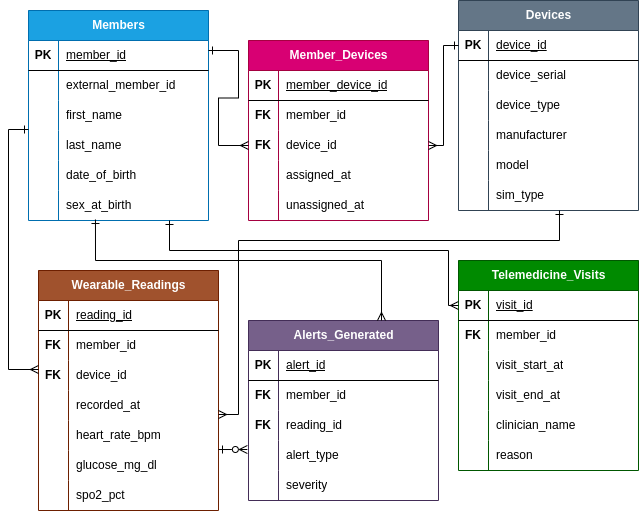
Before: docs/er_diagram.png, a diagram exported from draw.io (ramon-gonzalez-data/wearable-health-analytics-risk-prediction). Source tidied: cells renumbered, new cells last; positions are measured from the earlier drawing's top-left corner, leaving out a move shared by most shapes.
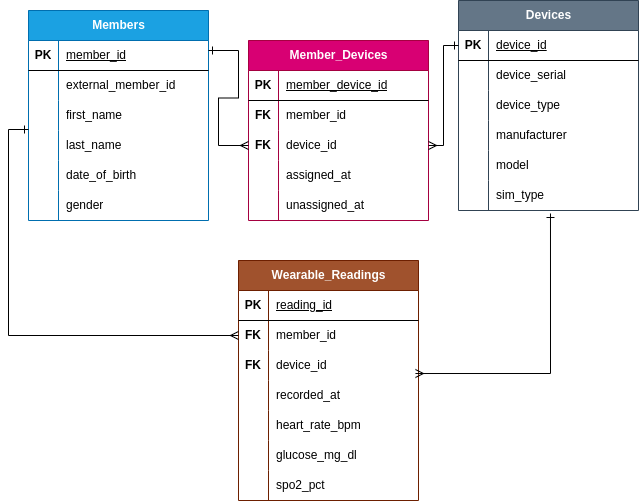
The same diagram one commit later.

Commit message:
refactor: remove unused healthcare tables

Change to the diagram source:
```diff
@@ -108,7 +108,7 @@
       <mxGeometry x="30" width="150" height="30" as="geometry" />
     </mxCell>
     <mxCell id="37" value="Wearable_Readings" style="shape=table;startSize=30;rowLines=0;fontStyle=1;align=center;html=1;fillColor=#a0522d;strokeColor=#6D1F00;fontColor=#ffffff;" parent="1" vertex="1">
-      <mxGeometry x="30" y="270" width="180" height="240" as="geometry" />
+      <mxGeometry x="230" y="260" width="180" height="240" as="geometry" />
     </mxCell>
     <mxCell id="38" style="shape=tableRow;horizontal=0;startSize=0;swimlaneHead=0;swimlaneBody=0;fillColor=none;top=0;left=0;right=0;bottom=1;" parent="37" vertex="1">
       <mxGeometry y="30" width="180" height="30" as="geometry" />
@@ -173,111 +173,6 @@
     <mxCell id="58" value="spo2_pct" style="shape=partialRectangle;fillColor=none;top=0;left=0;bottom=0;right=0;align=left;spacingLeft=6;overflow=hidden;whiteSpace=wrap;html=1;" parent="56" vertex="1">
       <mxGeometry x="30" width="150" height="30" as="geometry" />
     </mxCell>
-    <mxCell id="59" value="Alerts_Generated" style="shape=table;startSize=30;rowLines=0;fontStyle=1;align=center;html=1;fillColor=#76608a;strokeColor=#432D57;fontColor=#ffffff;" parent="1" vertex="1">
-      <mxGeometry x="240" y="320" width="190" height="180" as="geometry" />
-    </mxCell>
-    <mxCell id="60" style="shape=tableRow;horizontal=0;startSize=0;swimlaneHead=0;swimlaneBody=0;fillColor=none;top=0;left=0;right=0;bottom=1;" parent="59" vertex="1">
-      <mxGeometry y="30" width="190" height="30" as="geometry" />
-    </mxCell>
-    <mxCell id="61" value="PK" style="shape=partialRectangle;fillColor=none;top=0;left=0;bottom=0;right=0;fontStyle=1;overflow=hidden;whiteSpace=wrap;html=1;" parent="60" vertex="1">
-      <mxGeometry width="30" height="30" as="geometry" />
-    </mxCell>
-    <mxCell id="62" value="&lt;span style=&quot;font-weight: normal;&quot;&gt;alert_id&lt;/span&gt;" style="shape=partialRectangle;fillColor=none;top=0;left=0;bottom=0;right=0;align=left;spacingLeft=6;fontStyle=5;overflow=hidden;whiteSpace=wrap;html=1;" parent="60" vertex="1">
-      <mxGeometry x="30" width="160" height="30" as="geometry" />
-    </mxCell>
-    <mxCell id="63" style="shape=tableRow;horizontal=0;startSize=0;swimlaneHead=0;swimlaneBody=0;fillColor=none;top=0;left=0;right=0;bottom=0;" parent="59" vertex="1">
-      <mxGeometry y="60" width="190" height="30" as="geometry" />
-    </mxCell>
-    <mxCell id="64" value="&lt;b&gt;FK&lt;/b&gt;" style="shape=partialRectangle;fillColor=none;top=0;left=0;bottom=0;right=0;overflow=hidden;whiteSpace=wrap;html=1;" parent="63" vertex="1">
-      <mxGeometry width="30" height="30" as="geometry" />
-    </mxCell>
-    <mxCell id="65" value="member_id" style="shape=partialRectangle;fillColor=none;top=0;left=0;bottom=0;right=0;align=left;spacingLeft=6;overflow=hidden;whiteSpace=wrap;html=1;" parent="63" vertex="1">
-      <mxGeometry x="30" width="160" height="30" as="geometry" />
-    </mxCell>
-    <mxCell id="66" style="shape=tableRow;horizontal=0;startSize=0;swimlaneHead=0;swimlaneBody=0;fillColor=none;top=0;left=0;right=0;bottom=0;" parent="59" vertex="1">
-      <mxGeometry y="90" width="190" height="30" as="geometry" />
-    </mxCell>
-    <mxCell id="67" value="&lt;b&gt;FK&lt;/b&gt;" style="shape=partialRectangle;fillColor=none;top=0;left=0;bottom=0;right=0;overflow=hidden;whiteSpace=wrap;html=1;" parent="66" vertex="1">
-      <mxGeometry width="30" height="30" as="geometry" />
-    </mxCell>
-    <mxCell id="68" value="reading_id" style="shape=partialRectangle;fillColor=none;top=0;left=0;bottom=0;right=0;align=left;spacingLeft=6;overflow=hidden;whiteSpace=wrap;html=1;" parent="66" vertex="1">
-      <mxGeometry x="30" width="160" height="30" as="geometry" />
-    </mxCell>
-    <mxCell id="69" style="shape=tableRow;horizontal=0;startSize=0;swimlaneHead=0;swimlaneBody=0;fillColor=none;points=[[0,0.5],[1,0.5]];portConstraint=eastwest;top=0;left=0;right=0;bottom=0;" parent="59" vertex="1">
-      <mxGeometry y="120" width="190" height="30" as="geometry" />
-    </mxCell>
-    <mxCell id="70" value="&lt;div&gt;&lt;br/&gt;&lt;/div&gt;" style="shape=partialRectangle;fillColor=none;top=0;left=0;bottom=0;right=0;overflow=hidden;whiteSpace=wrap;html=1;" parent="69" vertex="1">
-      <mxGeometry width="30" height="30" as="geometry" />
-    </mxCell>
-    <mxCell id="71" value="alert_type" style="shape=partialRectangle;fillColor=none;top=0;left=0;bottom=0;right=0;align=left;spacingLeft=6;overflow=hidden;whiteSpace=wrap;html=1;" parent="69" vertex="1">
-      <mxGeometry x="30" width="160" height="30" as="geometry" />
-    </mxCell>
-    <mxCell id="72" style="shape=tableRow;horizontal=0;startSize=0;swimlaneHead=0;swimlaneBody=0;fillColor=none;top=0;left=0;right=0;bottom=0;" parent="59" vertex="1">
-      <mxGeometry y="150" width="190" height="30" as="geometry" />
-    </mxCell>
-    <mxCell id="73" value="&lt;div&gt;&lt;br/&gt;&lt;/div&gt;" style="shape=partialRectangle;fillColor=none;top=0;left=0;bottom=0;right=0;overflow=hidden;whiteSpace=wrap;html=1;" parent="72" vertex="1">
-      <mxGeometry width="30" height="30" as="geometry" />
-    </mxCell>
-    <mxCell id="74" value="severity" style="shape=partialRectangle;fillColor=none;top=0;left=0;bottom=0;right=0;align=left;spacingLeft=6;overflow=hidden;whiteSpace=wrap;html=1;" parent="72" vertex="1">
-      <mxGeometry x="30" width="160" height="30" as="geometry" />
-    </mxCell>
-    <mxCell id="75" value="Telemedicine_Visits" style="shape=table;startSize=30;rowLines=0;fontStyle=1;align=center;html=1;fillColor=#008a00;strokeColor=#005700;fontColor=#ffffff;" parent="1" vertex="1">
-      <mxGeometry x="450" y="260" width="180" height="210" as="geometry" />
-    </mxCell>
-    <mxCell id="76" style="shape=tableRow;horizontal=0;startSize=0;swimlaneHead=0;swimlaneBody=0;fillColor=none;points=[[0,0.5],[1,0.5]];portConstraint=eastwest;top=0;left=0;right=0;bottom=1;" parent="75" vertex="1">
-      <mxGeometry y="30" width="180" height="30" as="geometry" />
-    </mxCell>
-    <mxCell id="77" value="PK" style="shape=partialRectangle;fillColor=none;top=0;left=0;bottom=0;right=0;fontStyle=1;overflow=hidden;whiteSpace=wrap;html=1;" parent="76" vertex="1">
-      <mxGeometry width="30" height="30" as="geometry" />
-    </mxCell>
-    <mxCell id="78" value="&lt;span style=&quot;font-weight: normal;&quot;&gt;visit_id&lt;/span&gt;" style="shape=partialRectangle;fillColor=none;top=0;left=0;bottom=0;right=0;align=left;spacingLeft=6;fontStyle=5;overflow=hidden;whiteSpace=wrap;html=1;" parent="76" vertex="1">
-      <mxGeometry x="30" width="150" height="30" as="geometry" />
-    </mxCell>
-    <mxCell id="79" style="shape=tableRow;horizontal=0;startSize=0;swimlaneHead=0;swimlaneBody=0;fillColor=none;top=0;left=0;right=0;bottom=0;" parent="75" vertex="1">
-      <mxGeometry y="60" width="180" height="30" as="geometry" />
-    </mxCell>
-    <mxCell id="80" value="&lt;b&gt;FK&lt;/b&gt;" style="shape=partialRectangle;fillColor=none;top=0;left=0;bottom=0;right=0;overflow=hidden;whiteSpace=wrap;html=1;" parent="79" vertex="1">
-      <mxGeometry width="30" height="30" as="geometry" />
-    </mxCell>
-    <mxCell id="81" value="member_id" style="shape=partialRectangle;fillColor=none;top=0;left=0;bottom=0;right=0;align=left;spacingLeft=6;overflow=hidden;whiteSpace=wrap;html=1;" parent="79" vertex="1">
-      <mxGeometry x="30" width="150" height="30" as="geometry" />
-    </mxCell>
-    <mxCell id="82" style="shape=tableRow;horizontal=0;startSize=0;swimlaneHead=0;swimlaneBody=0;fillColor=none;top=0;left=0;right=0;bottom=0;" parent="75" vertex="1">
-      <mxGeometry y="90" width="180" height="30" as="geometry" />
-    </mxCell>
-    <mxCell id="83" style="shape=partialRectangle;fillColor=none;top=0;left=0;bottom=0;right=0;overflow=hidden;whiteSpace=wrap;html=1;" parent="82" vertex="1">
-      <mxGeometry width="30" height="30" as="geometry" />
-    </mxCell>
-    <mxCell id="84" value="visit_start_at" style="shape=partialRectangle;fillColor=none;top=0;left=0;bottom=0;right=0;align=left;spacingLeft=6;overflow=hidden;whiteSpace=wrap;html=1;" parent="82" vertex="1">
-      <mxGeometry x="30" width="150" height="30" as="geometry" />
-    </mxCell>
-    <mxCell id="85" style="shape=tableRow;horizontal=0;startSize=0;swimlaneHead=0;swimlaneBody=0;fillColor=none;top=0;left=0;right=0;bottom=0;" parent="75" vertex="1">
-      <mxGeometry y="120" width="180" height="30" as="geometry" />
-    </mxCell>
-    <mxCell id="86" value="&lt;div&gt;&lt;br/&gt;&lt;/div&gt;" style="shape=partialRectangle;fillColor=none;top=0;left=0;bottom=0;right=0;overflow=hidden;whiteSpace=wrap;html=1;" parent="85" vertex="1">
-      <mxGeometry width="30" height="30" as="geometry" />
-    </mxCell>
-    <mxCell id="87" value="visit_end_at" style="shape=partialRectangle;fillColor=none;top=0;left=0;bottom=0;right=0;align=left;spacingLeft=6;overflow=hidden;whiteSpace=wrap;html=1;" parent="85" vertex="1">
-      <mxGeometry x="30" width="150" height="30" as="geometry" />
-    </mxCell>
-    <mxCell id="88" style="shape=tableRow;horizontal=0;startSize=0;swimlaneHead=0;swimlaneBody=0;fillColor=none;top=0;left=0;right=0;bottom=0;" parent="75" vertex="1">
-      <mxGeometry y="150" width="180" height="30" as="geometry" />
-    </mxCell>
-    <mxCell id="89" value="&lt;div&gt;&lt;br/&gt;&lt;/div&gt;" style="shape=partialRectangle;fillColor=none;top=0;left=0;bottom=0;right=0;overflow=hidden;whiteSpace=wrap;html=1;" parent="88" vertex="1">
-      <mxGeometry width="30" height="30" as="geometry" />
-    </mxCell>
-    <mxCell id="90" value="clinician_name" style="shape=partialRectangle;fillColor=none;top=0;left=0;bottom=0;right=0;align=left;spacingLeft=6;overflow=hidden;whiteSpace=wrap;html=1;" parent="88" vertex="1">
-      <mxGeometry x="30" width="150" height="30" as="geometry" />
-    </mxCell>
-    <mxCell id="91" style="shape=tableRow;horizontal=0;startSize=0;swimlaneHead=0;swimlaneBody=0;fillColor=none;top=0;left=0;right=0;bottom=0;" parent="75" vertex="1">
-      <mxGeometry y="180" width="180" height="30" as="geometry" />
-    </mxCell>
-    <mxCell id="92" value="&lt;div&gt;&lt;br/&gt;&lt;/div&gt;" style="shape=partialRectangle;fillColor=none;top=0;left=0;bottom=0;right=0;overflow=hidden;whiteSpace=wrap;html=1;" parent="91" vertex="1">
-      <mxGeometry width="30" height="30" as="geometry" />
-    </mxCell>
-    <mxCell id="93" value="reason" style="shape=partialRectangle;fillColor=none;top=0;left=0;bottom=0;right=0;align=left;spacingLeft=6;overflow=hidden;whiteSpace=wrap;html=1;" parent="91" vertex="1">
-      <mxGeometry x="30" width="150" height="30" as="geometry" />
-    </mxCell>
     <mxCell id="94" value="Members" style="shape=table;startSize=30;rowLines=0;fontStyle=1;align=center;html=1;fillColor=#1ba1e2;strokeColor=#006EAF;fontColor=#ffffff;" parent="1" vertex="1">
       <mxGeometry x="20" y="10" width="180" height="210" as="geometry" />
     </mxCell>
@@ -332,17 +227,17 @@
     <mxCell id="111" value="&lt;div&gt;&lt;br/&gt;&lt;/div&gt;" style="shape=partialRectangle;fillColor=none;top=0;left=0;bottom=0;right=0;overflow=hidden;whiteSpace=wrap;html=1;" parent="110" vertex="1">
       <mxGeometry width="30" height="30" as="geometry" />
     </mxCell>
-    <mxCell id="112" value="sex_at_birth" style="shape=partialRectangle;fillColor=none;top=0;left=0;bottom=0;right=0;align=left;spacingLeft=6;overflow=hidden;whiteSpace=wrap;html=1;" parent="110" vertex="1">
+    <mxCell id="112" value="gender" style="shape=partialRectangle;fillColor=none;top=0;left=0;bottom=0;right=0;align=left;spacingLeft=6;overflow=hidden;whiteSpace=wrap;html=1;" parent="110" vertex="1">
       <mxGeometry x="30" width="150" height="30" as="geometry" />
     </mxCell>
     <mxCell id="113" style="edgeStyle=orthogonalEdgeStyle;fontSize=12;html=1;endArrow=ERmany;rounded=0;startArrow=ERone;startFill=0;entryX=1;entryY=0.5;entryDx=0;entryDy=0;exitX=0;exitY=0.5;exitDx=0;exitDy=0;endFill=0;" parent="1" edge="1" source="19" target="9">
       <mxGeometry relative="1" as="geometry" />
     </mxCell>
-    <mxCell id="114" style="fontSize=12;html=1;endArrow=ERone;rounded=0;endFill=0;startArrow=ERmany;startFill=0;edgeStyle=orthogonalEdgeStyle;exitX=0;exitY=0.3;exitDx=0;exitDy=0;exitPerimeter=0;" parent="1" edge="1" source="44">
+    <mxCell id="114" style="fontSize=12;html=1;endArrow=ERone;rounded=0;endFill=0;startArrow=ERmany;startFill=0;edgeStyle=orthogonalEdgeStyle;exitX=0;exitY=0.5;exitDx=0;exitDy=0;" parent="1" edge="1" source="41">
       <mxGeometry relative="1" as="geometry">
         <mxPoint x="20" y="129" as="targetPoint" />
         <Array as="points">
-          <mxPoint y="369" />
+          <mxPoint y="335" />
           <mxPoint y="129" />
         </Array>
       </mxGeometry>
@@ -352,37 +247,12 @@
         <mxPoint x="200" y="50" as="sourcePoint" />
       </mxGeometry>
     </mxCell>
-    <mxCell id="116" style="fontSize=12;html=1;endArrow=ERone;rounded=0;startArrow=ERmany;startFill=0;endFill=0;edgeStyle=orthogonalEdgeStyle;entryX=0.561;entryY=1;entryDx=0;entryDy=0;entryPerimeter=0;" parent="1" edge="1" target="34">
+    <mxCell id="116" style="fontSize=12;html=1;endArrow=ERone;rounded=0;startArrow=ERmany;startFill=0;endFill=0;edgeStyle=orthogonalEdgeStyle;entryX=0.511;entryY=1.1;entryDx=0;entryDy=0;entryPerimeter=0;exitX=0.983;exitY=0.767;exitDx=0;exitDy=0;exitPerimeter=0;" parent="1" edge="1" source="44" target="34">
       <mxGeometry relative="1" as="geometry">
-        <mxPoint x="210" y="414" as="sourcePoint" />
         <Array as="points">
-          <mxPoint x="230" y="414" />
-          <mxPoint x="230" y="240" />
-          <mxPoint x="551" y="240" />
+          <mxPoint x="542" y="373" />
         </Array>
       </mxGeometry>
     </mxCell>
-    <mxCell id="117" style="fontSize=12;html=1;endArrow=ERmany;rounded=0;edgeStyle=orthogonalEdgeStyle;entryX=0;entryY=0.5;entryDx=0;entryDy=0;startArrow=ERone;startFill=0;" parent="1" edge="1" target="76">
-      <mxGeometry relative="1" as="geometry">
-        <mxPoint x="161" y="220" as="sourcePoint" />
-        <Array as="points">
-          <mxPoint x="161" y="250" />
-          <mxPoint x="440" y="250" />
-          <mxPoint x="440" y="305" />
-        </Array>
-      </mxGeometry>
-    </mxCell>
-    <mxCell id="118" style="edgeStyle=orthogonalEdgeStyle;fontSize=12;html=1;endArrow=ERmany;rounded=0;startArrow=ERone;startFill=0;exitX=0.372;exitY=0.967;exitDx=0;exitDy=0;exitPerimeter=0;" parent="1" edge="1" source="110">
-      <mxGeometry relative="1" as="geometry">
-        <mxPoint x="373" y="320" as="targetPoint" />
-        <Array as="points">
-          <mxPoint x="87" y="260" />
-          <mxPoint x="373" y="260" />
-        </Array>
-      </mxGeometry>
-    </mxCell>
-    <mxCell id="119" style="fontSize=12;html=1;endArrow=ERzeroToMany;rounded=0;exitX=1;exitY=-0.033;exitDx=0;exitDy=0;exitPerimeter=0;entryX=-0.006;entryY=0.3;entryDx=0;entryDy=0;entryPerimeter=0;endFill=0;startArrow=ERone;startFill=0;" parent="1" edge="1" source="53" target="69">
-      <mxGeometry relative="1" as="geometry" />
-    </mxCell>
   </root>
 </mxGraphModel>
```
